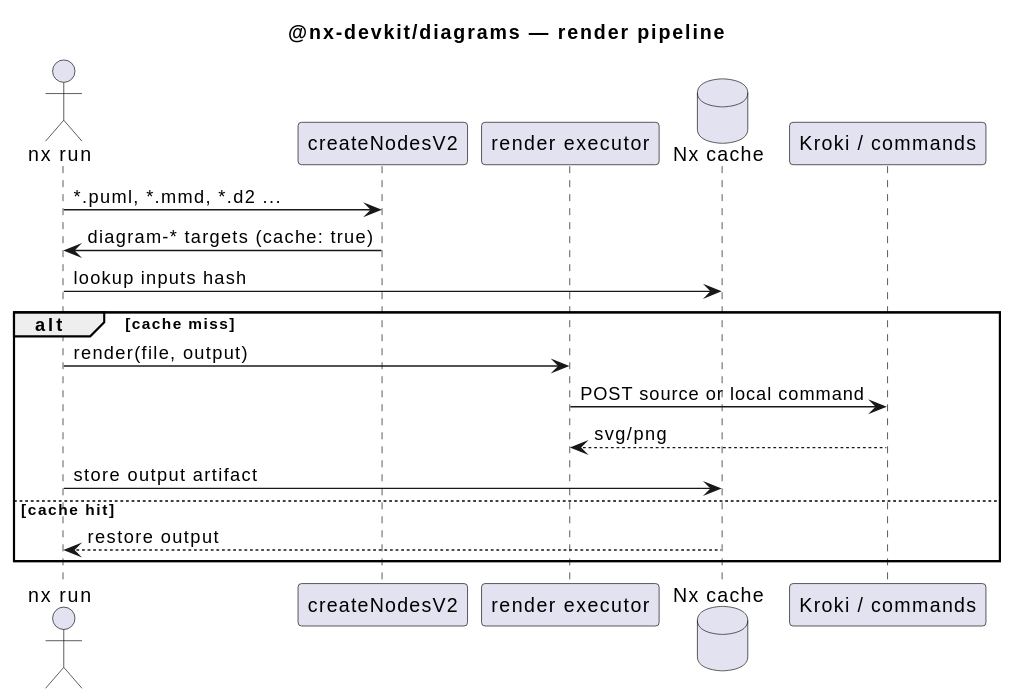
nx-devkit/nx.ts keeps this PlantUML diagram as packages/diagrams/docs/pipeline.svg. Above is the earlier version.
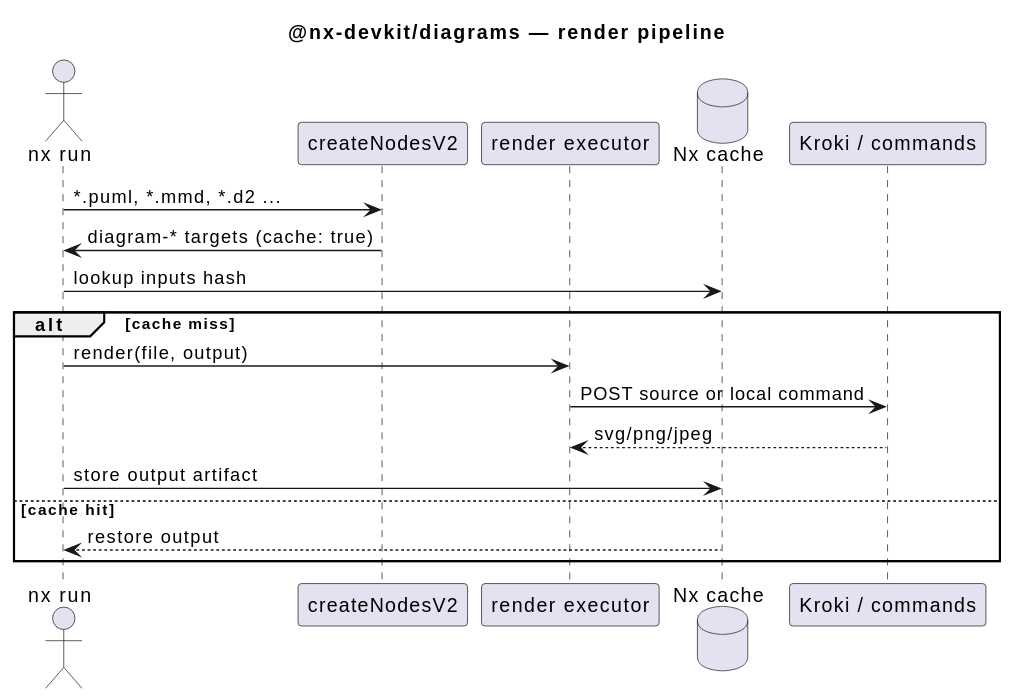
The same diagram one commit later.

Commit message:
docs(diagrams): label renderer output as svg/png/jpeg

Diff of the diagram source:
```diff
@@ -13,7 +13,7 @@
 alt cache miss
   nx -> exec: render(file, output)
   exec -> renderer: POST source or local command
-  renderer --> exec: svg/png
+  renderer --> exec: svg/png/jpeg
   nx -> cache: store output artifact
 else cache hit
   cache --> nx: restore output
```
